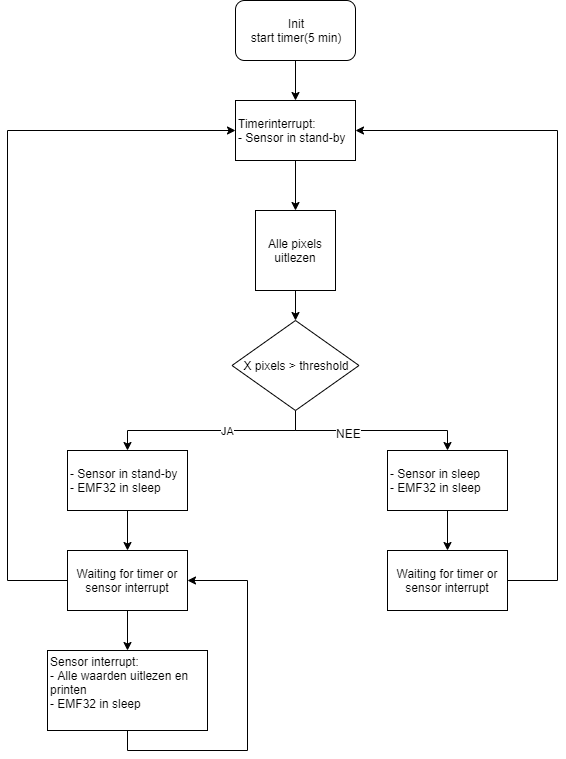
This is Report/flowchart.png from jonacappelle/Embedded_Project, a draw.io export, as it was before one commit. Source tidied: cells renumbered, new cells last; positions are measured from the earlier drawing's top-left corner, leaving out a move shared by most shapes.
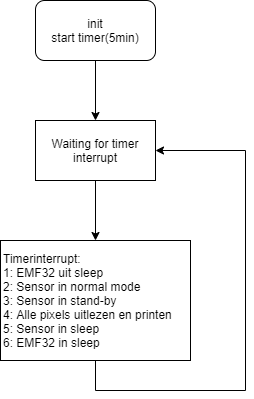
The same file after the commit.

Change to the diagram source:
```diff
@@ -2,89 +2,29 @@
   <root>
     <mxCell id="0" />
     <mxCell id="1" parent="0" />
-    <mxCell id="2" style="edgeStyle=orthogonalEdgeStyle;rounded=0;jettySize=auto;html=1;exitX=0.5;exitY=1;exitDx=0;exitDy=0;entryX=0.5;entryY=0;entryDx=0;entryDy=0;" parent="1" edge="1" source="3" target="16">
-      <mxGeometry relative="1" as="geometry" />
-    </mxCell>
-    <mxCell id="3" value="Init&lt;br&gt;start timer(5 min)" style="rounded=1;whiteSpace=wrap;html=1;" parent="1" vertex="1">
-      <mxGeometry x="228" width="120" height="60" as="geometry" />
-    </mxCell>
-    <mxCell id="4" style="edgeStyle=orthogonalEdgeStyle;rounded=0;jettySize=auto;html=1;exitX=0.5;exitY=1;exitDx=0;exitDy=0;entryX=0.5;entryY=0;entryDx=0;entryDy=0;" parent="1" edge="1" source="5" target="9">
-      <mxGeometry relative="1" as="geometry" />
-    </mxCell>
-    <mxCell id="5" value="Alle pixels uitlezen" style="whiteSpace=wrap;html=1;" parent="1" vertex="1">
-      <mxGeometry x="248" y="210" width="80" height="80" as="geometry" />
-    </mxCell>
-    <mxCell id="6" style="edgeStyle=orthogonalEdgeStyle;rounded=0;jettySize=auto;html=1;exitX=0.5;exitY=1;exitDx=0;exitDy=0;entryX=0.5;entryY=0;entryDx=0;entryDy=0;" parent="1" edge="1" source="9" target="14">
-      <mxGeometry relative="1" as="geometry" />
-    </mxCell>
-    <mxCell id="7" value="NEE" style="text;html=1;align=center;verticalAlign=middle;labelBackgroundColor=#ffffff;" parent="6" vertex="1">
-      <mxGeometry x="-0.24" y="-2" relative="1" as="geometry" />
-    </mxCell>
-    <mxCell id="8" value="JA" style="edgeStyle=orthogonalEdgeStyle;rounded=0;jettySize=auto;html=1;exitX=0.5;exitY=1;exitDx=0;exitDy=0;entryX=0.5;entryY=0;entryDx=0;entryDy=0;" parent="1" edge="1" source="9" target="11">
-      <mxGeometry x="-0.15" relative="1" as="geometry">
-        <Array as="points">
-          <mxPoint x="288" y="430" />
-          <mxPoint x="120" y="430" />
-        </Array>
-      </mxGeometry>
-    </mxCell>
-    <mxCell id="9" value="&lt;span style=&quot;white-space: normal&quot;&gt;X pixels &amp;gt; threshold&lt;/span&gt;" style="rhombus;whiteSpace=wrap;html=1;" parent="1" vertex="1">
-      <mxGeometry x="224.5" y="320" width="127" height="90" as="geometry" />
-    </mxCell>
-    <mxCell id="10" style="edgeStyle=orthogonalEdgeStyle;rounded=0;jettySize=auto;html=1;exitX=0.5;exitY=1;exitDx=0;exitDy=0;entryX=0.5;entryY=0;entryDx=0;entryDy=0;" parent="1" edge="1" source="11" target="21">
-      <mxGeometry relative="1" as="geometry" />
-    </mxCell>
-    <mxCell id="11" value="- Sensor in stand-by&lt;br&gt;- EMF32 in sleep" style="rounded=0;whiteSpace=wrap;html=1;align=left;" parent="1" vertex="1">
-      <mxGeometry x="60" y="450" width="120" height="60" as="geometry" />
-    </mxCell>
-    <mxCell id="12" style="edgeStyle=orthogonalEdgeStyle;rounded=0;jettySize=auto;html=1;exitX=1;exitY=0.5;exitDx=0;exitDy=0;entryX=1;entryY=0.5;entryDx=0;entryDy=0;" parent="1" edge="1" source="22" target="16">
-      <mxGeometry relative="1" as="geometry">
-        <Array as="points">
-          <mxPoint x="550" y="580" />
-          <mxPoint x="550" y="130" />
-        </Array>
-      </mxGeometry>
-    </mxCell>
-    <mxCell id="13" style="edgeStyle=orthogonalEdgeStyle;rounded=0;jettySize=auto;html=1;exitX=0.5;exitY=1;exitDx=0;exitDy=0;entryX=0.5;entryY=0;entryDx=0;entryDy=0;" parent="1" edge="1" source="14" target="22">
-      <mxGeometry relative="1" as="geometry" />
-    </mxCell>
-    <mxCell id="14" value="- Sensor in sleep&lt;br&gt;- EMF32 in sleep&lt;br&gt;" style="rounded=0;whiteSpace=wrap;html=1;align=left;" parent="1" vertex="1">
-      <mxGeometry x="380" y="450" width="120" height="60" as="geometry" />
-    </mxCell>
-    <mxCell id="15" style="edgeStyle=orthogonalEdgeStyle;rounded=0;jettySize=auto;html=1;entryX=0.5;entryY=0;entryDx=0;entryDy=0;" parent="1" edge="1" source="16" target="5">
-      <mxGeometry relative="1" as="geometry" />
-    </mxCell>
-    <mxCell id="16" value="Timerinterrupt:&amp;nbsp;&lt;br&gt;- Sensor in stand-by&lt;br&gt;" style="rounded=0;whiteSpace=wrap;html=1;align=left;" parent="1" vertex="1">
-      <mxGeometry x="228" y="100" width="120" height="60" as="geometry" />
-    </mxCell>
-    <mxCell id="17" style="edgeStyle=orthogonalEdgeStyle;rounded=0;jettySize=auto;html=1;exitX=0.5;exitY=1;exitDx=0;exitDy=0;entryX=1;entryY=0.5;entryDx=0;entryDy=0;" parent="1" edge="1" source="18" target="21">
-      <mxGeometry relative="1" as="geometry">
-        <Array as="points">
-          <mxPoint x="120" y="750" />
-          <mxPoint x="240" y="750" />
-          <mxPoint x="240" y="580" />
-        </Array>
-      </mxGeometry>
-    </mxCell>
-    <mxCell id="18" value="Sensor interrupt:&amp;nbsp;&lt;br&gt;- Alle waarden uitlezen en printen&lt;br&gt;- EMF32 in sleep&lt;br&gt;&amp;nbsp;" style="rounded=0;whiteSpace=wrap;html=1;align=left;" parent="1" vertex="1">
-      <mxGeometry x="40" y="650" width="160" height="80" as="geometry" />
-    </mxCell>
-    <mxCell id="19" style="edgeStyle=orthogonalEdgeStyle;rounded=0;jettySize=auto;html=1;exitX=0.5;exitY=1;exitDx=0;exitDy=0;entryX=0.5;entryY=0;entryDx=0;entryDy=0;" parent="1" edge="1" source="21" target="18">
-      <mxGeometry relative="1" as="geometry" />
-    </mxCell>
-    <mxCell id="20" style="edgeStyle=orthogonalEdgeStyle;rounded=0;jettySize=auto;html=1;exitX=0;exitY=0.5;exitDx=0;exitDy=0;entryX=0;entryY=0.5;entryDx=0;entryDy=0;" parent="1" edge="1" source="21" target="16">
-      <mxGeometry relative="1" as="geometry">
-        <Array as="points">
-          <mxPoint y="580" />
-          <mxPoint y="130" />
-        </Array>
-      </mxGeometry>
-    </mxCell>
-    <mxCell id="21" value="Waiting for timer or sensor interrupt" style="rounded=0;whiteSpace=wrap;html=1;align=center;" parent="1" vertex="1">
-      <mxGeometry x="60" y="550" width="120" height="60" as="geometry" />
-    </mxCell>
-    <mxCell id="22" value="Waiting for timer or sensor interrupt" style="rounded=0;whiteSpace=wrap;html=1;align=center;" parent="1" vertex="1">
-      <mxGeometry x="380" y="550" width="120" height="60" as="geometry" />
-    </mxCell>
+    <mxCell id="23" style="edgeStyle=orthogonalEdgeStyle;rounded=0;jettySize=auto;html=1;exitX=0.5;exitY=1;exitDx=0;exitDy=0;" parent="1" edge="1" source="24" target="28">
+      <mxGeometry relative="1" as="geometry" />
+    </mxCell>
+    <mxCell id="24" value="init&lt;br&gt;start timer(5min)" style="rounded=1;whiteSpace=wrap;html=1;" parent="1" vertex="1">
+      <mxGeometry x="100" y="50" width="120" height="60" as="geometry" />
+    </mxCell>
+    <mxCell id="25" style="edgeStyle=orthogonalEdgeStyle;rounded=0;jettySize=auto;html=1;exitX=0.5;exitY=1;exitDx=0;exitDy=0;entryX=1;entryY=0.5;entryDx=0;entryDy=0;" parent="1" edge="1" source="26" target="28">
+      <mxGeometry relative="1" as="geometry">
+        <Array as="points">
+          <mxPoint x="160" y="440" />
+          <mxPoint x="310" y="440" />
+          <mxPoint x="310" y="200" />
+        </Array>
+      </mxGeometry>
+    </mxCell>
+    <mxCell id="26" value="Timerinterrupt:&lt;br&gt;1: EMF32 uit sleep&lt;br&gt;2: Sensor in normal mode&lt;br&gt;3: Sensor in stand-by&lt;br&gt;4: Alle pixels uitlezen en printen&lt;br&gt;5: Sensor in sleep&lt;br&gt;6: EMF32 in sleep" style="rounded=0;whiteSpace=wrap;html=1;align=left;" parent="1" vertex="1">
+      <mxGeometry x="65" y="290" width="190" height="120" as="geometry" />
+    </mxCell>
+    <mxCell id="27" style="edgeStyle=orthogonalEdgeStyle;rounded=0;jettySize=auto;html=1;exitX=0.5;exitY=1;exitDx=0;exitDy=0;entryX=0.5;entryY=0;entryDx=0;entryDy=0;" parent="1" edge="1" source="28" target="26">
+      <mxGeometry relative="1" as="geometry" />
+    </mxCell>
+    <mxCell id="28" value="Waiting for timer interrupt" style="rounded=0;whiteSpace=wrap;html=1;" parent="1" vertex="1">
+      <mxGeometry x="100" y="170" width="120" height="60" as="geometry" />
+    </mxCell>
   </root>
 </mxGraphModel>
```
